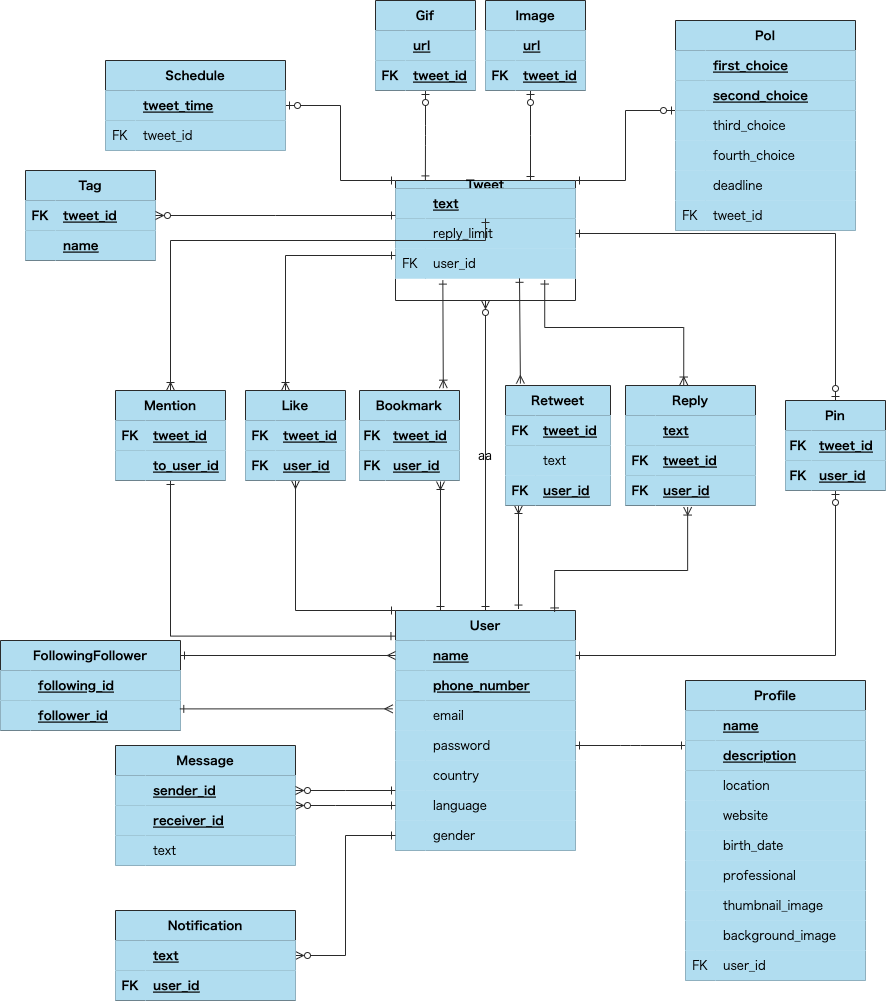
Before: drawio/tweet.drawio.png, a diagram exported from draw.io (yuma-matsui/fjord_draft). Source tidied: cells renumbered, new cells last; positions are measured from the earlier drawing's top-left corner, leaving out a move shared by most shapes.
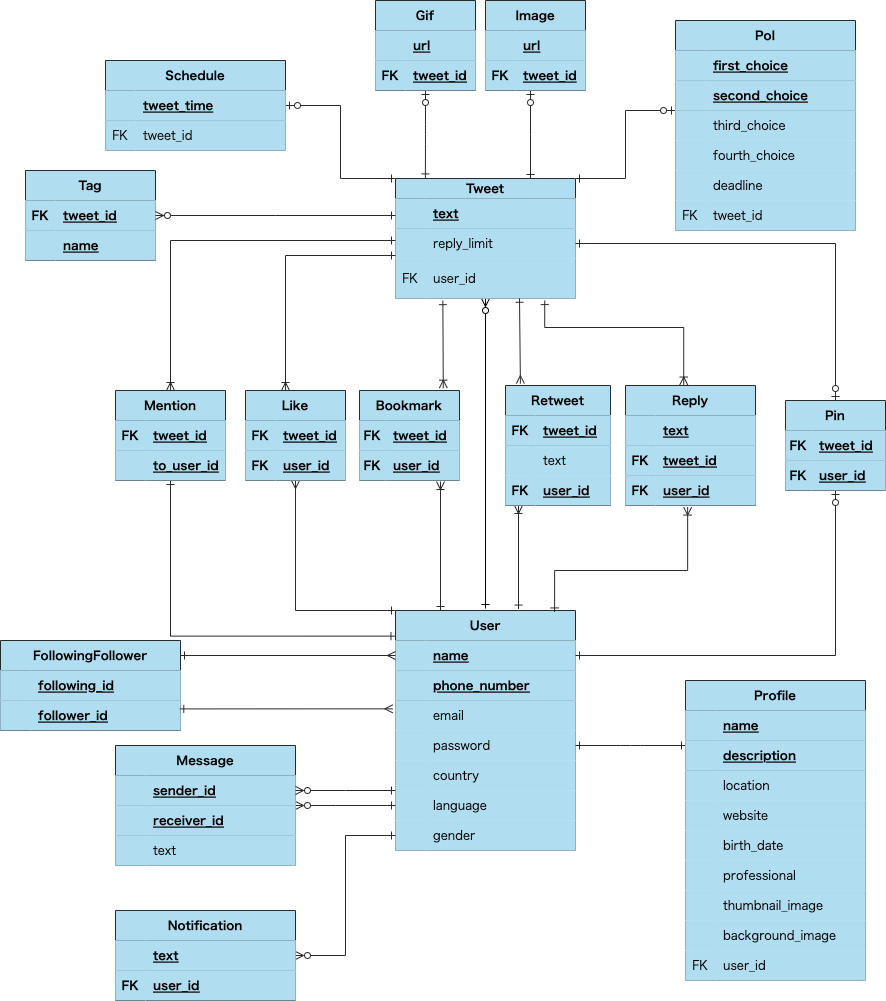
After the commit.

Change to the diagram source:
```diff
@@ -2,9 +2,6 @@
   <root>
     <mxCell id="0" />
     <mxCell id="1" parent="0" />
-    <mxCell id="2" value="aa" style="edgeStyle=elbowEdgeStyle;entryX=0.5;entryY=0;entryDx=0;entryDy=0;startArrow=ERzeroToMany;startFill=0;endArrow=ERone;endFill=0;rounded=0;labelBackgroundColor=none;labelBorderColor=none;strokeWidth=1;strokeColor=#2A2A2A;fillColor=#b1ddf0;verticalAlign=middle;fontFamily=Garamond;fontColor=#000000;fontSize=12;" parent="1" edge="1" source="6" target="16">
-      <mxGeometry relative="1" as="geometry" />
-    </mxCell>
     <mxCell id="3" style="edgeStyle=elbowEdgeStyle;exitX=0.75;exitY=0;exitDx=0;exitDy=0;endArrow=ERzeroToOne;endFill=0;rounded=0;labelBackgroundColor=none;labelBorderColor=none;strokeWidth=1;strokeColor=#2A2A2A;fillColor=#b1ddf0;verticalAlign=middle;fontFamily=Garamond;fontColor=#000000;elbow=horizontal;startArrow=ERone;startFill=0;fontSize=12;" parent="1" edge="1" source="6">
       <mxGeometry relative="1" as="geometry">
         <mxPoint x="530" y="90" as="targetPoint" />
@@ -18,11 +15,16 @@
         <mxPoint x="675" y="110" as="targetPoint" />
       </mxGeometry>
     </mxCell>
+    <mxCell id="210" style="edgeStyle=none;html=1;strokeColor=#000000;startArrow=ERzeroToMany;startFill=0;endArrow=ERone;endFill=0;" parent="1" edge="1" source="6">
+      <mxGeometry relative="1" as="geometry">
+        <mxPoint x="485" y="608" as="targetPoint" />
+      </mxGeometry>
+    </mxCell>
-    <mxCell id="6" value="Tweet" style="shape=table;startSize=8;rowLines=0;fontStyle=1;align=center;swimlaneFillColor=default;fillColor=#b1ddf0;rounded=0;labelBackgroundColor=none;labelBorderColor=none;strokeWidth=1;strokeColor=#2A2A2A;verticalAlign=middle;fontFamily=Garamond;fontColor=#000000;fontSize=12;" parent="1" vertex="1">
-      <mxGeometry x="395" y="180" width="180" height="120" as="geometry" />
+    <mxCell id="6" value="Tweet" style="shape=table;startSize=20;rowLines=0;fontStyle=1;align=center;swimlaneFillColor=default;fillColor=#b1ddf0;rounded=0;labelBackgroundColor=none;labelBorderColor=none;strokeWidth=1;strokeColor=#2A2A2A;verticalAlign=middle;fontFamily=Garamond;fontColor=#000000;fontSize=12;" parent="1" vertex="1">
+      <mxGeometry x="395" y="178" width="180" height="120" as="geometry" />
     </mxCell>
     <mxCell id="7" style="shape=partialRectangle;fillColor=#b1ddf0;top=0;left=0;bottom=1;right=0;points=[[0,0.5],[1,0.5]];portConstraint=eastwest;rounded=0;labelBackgroundColor=none;labelBorderColor=none;strokeWidth=1;strokeColor=#2A2A2A;verticalAlign=middle;fontFamily=Garamond;fontColor=#000000;fontSize=12;" parent="6" vertex="1">
-      <mxGeometry y="8" width="180" height="30" as="geometry" />
+      <mxGeometry y="20" width="180" height="30" as="geometry" />
     </mxCell>
     <mxCell id="8" style="shape=partialRectangle;fillColor=#b1ddf0;top=0;left=0;bottom=0;right=0;fontStyle=1;overflow=hidden;rounded=0;labelBackgroundColor=none;labelBorderColor=none;strokeWidth=1;strokeColor=#2A2A2A;verticalAlign=middle;fontFamily=Garamond;fontColor=#000000;fontSize=12;" parent="7" vertex="1">
       <mxGeometry width="30" height="30" as="geometry" />
@@ -31,7 +33,7 @@
       <mxGeometry x="30" width="150" height="30" as="geometry" />
     </mxCell>
     <mxCell id="10" style="shape=partialRectangle;fillColor=#b1ddf0;top=0;left=0;bottom=0;right=0;points=[[0,0.5],[1,0.5]];portConstraint=eastwest;rounded=0;labelBackgroundColor=none;labelBorderColor=none;strokeWidth=1;strokeColor=#2A2A2A;verticalAlign=middle;fontFamily=Garamond;fontColor=#000000;fontSize=12;" parent="6" vertex="1">
-      <mxGeometry y="38" width="180" height="30" as="geometry" />
+      <mxGeometry y="50" width="180" height="30" as="geometry" />
     </mxCell>
     <mxCell id="11" style="shape=partialRectangle;fillColor=#b1ddf0;top=0;left=0;bottom=0;right=0;overflow=hidden;rounded=0;labelBackgroundColor=none;labelBorderColor=none;strokeWidth=1;strokeColor=#2A2A2A;verticalAlign=middle;fontFamily=Garamond;fontColor=#000000;fontSize=12;" parent="10" vertex="1">
       <mxGeometry width="30" height="30" as="geometry" />
@@ -40,13 +42,13 @@
       <mxGeometry x="30" width="150" height="30" as="geometry" />
     </mxCell>
     <mxCell id="13" style="shape=partialRectangle;fillColor=#b1ddf0;top=0;left=0;bottom=0;right=0;points=[[0,0.5],[1,0.5]];portConstraint=eastwest;rounded=0;labelBackgroundColor=none;labelBorderColor=none;strokeWidth=1;strokeColor=#2A2A2A;verticalAlign=middle;fontFamily=Garamond;fontColor=#000000;fontSize=12;" parent="6" vertex="1">
-      <mxGeometry y="68" width="180" height="30" as="geometry" />
+      <mxGeometry y="80" width="180" height="40" as="geometry" />
     </mxCell>
     <mxCell id="14" value="FK" style="shape=partialRectangle;fillColor=#b1ddf0;top=0;left=0;bottom=0;right=0;overflow=hidden;rounded=0;labelBackgroundColor=none;labelBorderColor=none;strokeWidth=1;strokeColor=#2A2A2A;verticalAlign=middle;fontFamily=Garamond;fontColor=#000000;fontSize=12;" parent="13" vertex="1">
-      <mxGeometry width="30" height="30" as="geometry" />
+      <mxGeometry width="30" height="40" as="geometry" />
     </mxCell>
     <mxCell id="15" value="user_id" style="shape=partialRectangle;fillColor=#b1ddf0;top=0;left=0;bottom=0;right=0;align=left;spacingLeft=6;overflow=hidden;strokeColor=#2A2A2A;rounded=0;labelBackgroundColor=none;labelBorderColor=none;strokeWidth=1;verticalAlign=middle;fontFamily=Garamond;fontColor=#000000;fontSize=12;" parent="13" vertex="1">
-      <mxGeometry x="30" width="150" height="30" as="geometry" />
+      <mxGeometry x="30" width="150" height="40" as="geometry" />
     </mxCell>
     <mxCell id="16" value="User" style="shape=table;startSize=30;rowLines=0;fontStyle=1;align=center;swimlaneFillColor=default;fillColor=#b1ddf0;rounded=0;labelBackgroundColor=none;labelBorderColor=none;strokeWidth=1;strokeColor=#2A2A2A;verticalAlign=middle;fontFamily=Garamond;fontColor=#000000;fontSize=12;" parent="1" vertex="1">
       <mxGeometry x="395" y="610" width="180" height="240" as="geometry" />
@@ -589,8 +591,9 @@
         </Array>
       </mxGeometry>
     </mxCell>
-    <mxCell id="187" style="edgeStyle=orthogonalEdgeStyle;rounded=0;html=0;labelBackgroundColor=none;labelBorderColor=none;fontFamily=Garamond;fontColor=#000000;startArrow=ERoneToMany;startFill=0;endArrow=ERone;endFill=0;strokeColor=#2A2A2A;strokeWidth=1;fontSize=12;" parent="1" edge="1" source="189" target="7">
+    <mxCell id="187" style="edgeStyle=orthogonalEdgeStyle;rounded=0;html=0;labelBackgroundColor=none;labelBorderColor=none;fontFamily=Garamond;fontColor=#000000;startArrow=ERoneToMany;startFill=0;endArrow=ERone;endFill=0;strokeColor=#2A2A2A;strokeWidth=1;fontSize=12;" parent="1" edge="1" source="189">
       <mxGeometry relative="1" as="geometry">
+        <mxPoint x="395" y="240" as="targetPoint" />
         <Array as="points">
           <mxPoint x="170" y="240" />
         </Array>
```
